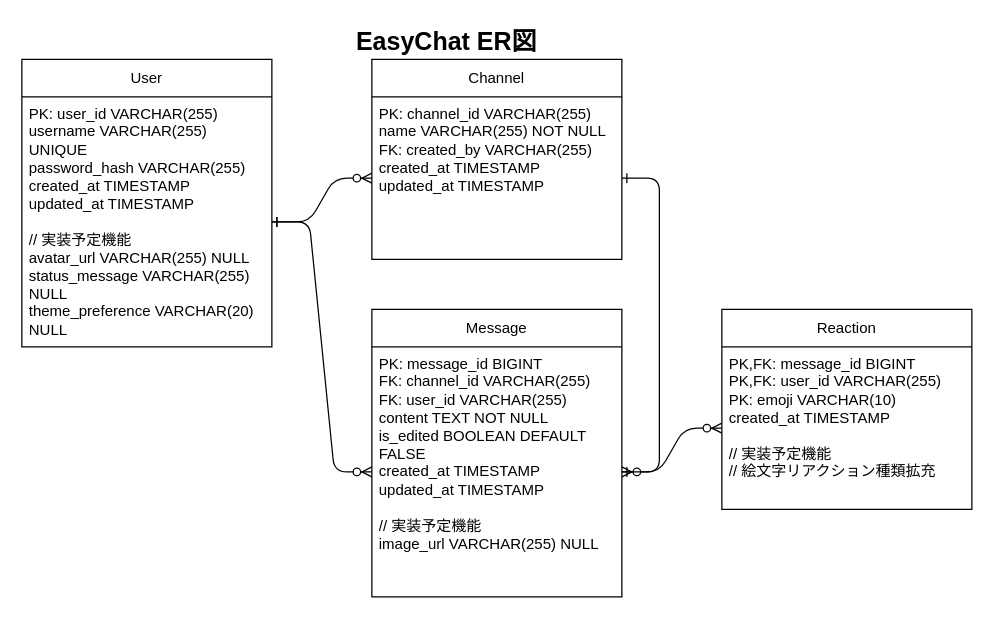
EDEN0412/EasyChat keeps this draw.io diagram as ER-diagram.drawio. Above is the earlier version. Source tidied: cells renumbered, new cells numbered last; positions are measured from the earlier drawing's top-left corner, leaving out a move shared by most shapes. Both pictures are drawn from the tidied source at 125%, with x=0, y=0 at pixel (21, 21).
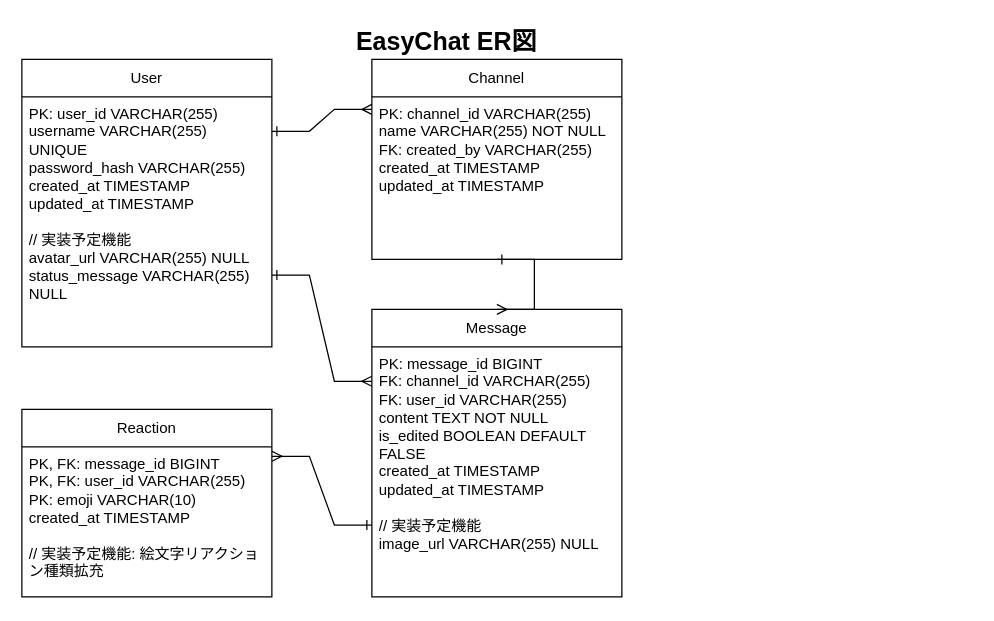
After the change.

Diff of the diagram source:
```diff
@@
 <mxGraphModel>
   <root>
     <mxCell id="0" />
     <mxCell id="1" parent="0" />
     <mxCell id="2" value="User" style="swimlane;fontStyle=0;horizontal=1;startSize=30;whiteSpace=wrap;html=1;" parent="1" vertex="1">
       <mxGeometry y="30" width="200" height="230" as="geometry" />
     </mxCell>
-    <mxCell id="3" value="PK: user_id VARCHAR(255)&#10;username VARCHAR(255) UNIQUE&#10;password_hash VARCHAR(255)&#10;created_at TIMESTAMP&#10;updated_at TIMESTAMP&#10;&#10;// 実装予定機能&#10;avatar_url VARCHAR(255) NULL&#10;status_message VARCHAR(255) NULL&#10;theme_preference VARCHAR(20) NULL" style="text;strokeColor=none;fillColor=none;align=left;verticalAlign=top;spacingLeft=4;spacingRight=4;overflow=hidden;points=[[0,0.5],[1,0.5]];portConstraint=eastwest;whiteSpace=wrap;html=1;" parent="2" vertex="1">
+    <mxCell id="3" value="PK: user_id VARCHAR(255)&#10;username VARCHAR(255) UNIQUE&#10;password_hash VARCHAR(255)&#10;created_at TIMESTAMP&#10;updated_at TIMESTAMP&#10;&#10;// 実装予定機能&#10;avatar_url VARCHAR(255) NULL&#10;status_message VARCHAR(255) NULL" style="text;strokeColor=none;fillColor=none;align=left;verticalAlign=top;spacingLeft=4;spacingRight=4;overflow=hidden;points=[[0,0.5],[1,0.5]];portConstraint=eastwest;whiteSpace=wrap;html=1;" parent="2" vertex="1">
       <mxGeometry y="30" width="200" height="200" as="geometry" />
     </mxCell>
     <mxCell id="4" value="Channel" style="swimlane;fontStyle=0;horizontal=1;startSize=30;whiteSpace=wrap;html=1;" parent="1" vertex="1">
       <mxGeometry x="280" y="30" width="200" height="160" as="geometry" />
     </mxCell>
     <mxCell id="5" value="PK: channel_id VARCHAR(255)&#10;name VARCHAR(255) NOT NULL&#10;FK: created_by VARCHAR(255)&#10;created_at TIMESTAMP&#10;updated_at TIMESTAMP" style="text;strokeColor=none;fillColor=none;align=left;verticalAlign=top;spacingLeft=4;spacingRight=4;overflow=hidden;points=[[0,0.5],[1,0.5]];portConstraint=eastwest;whiteSpace=wrap;html=1;" parent="4" vertex="1">
       <mxGeometry y="30" width="200" height="130" as="geometry" />
     </mxCell>
     <mxCell id="6" value="Message" style="swimlane;fontStyle=0;horizontal=1;startSize=30;whiteSpace=wrap;html=1;" parent="1" vertex="1">
       <mxGeometry x="280" y="230" width="200" height="230" as="geometry" />
     </mxCell>
     <mxCell id="7" value="PK: message_id BIGINT&#10;FK: channel_id VARCHAR(255)&#10;FK: user_id VARCHAR(255)&#10;content TEXT NOT NULL&#10;is_edited BOOLEAN DEFAULT FALSE&#10;created_at TIMESTAMP&#10;updated_at TIMESTAMP&#10;&#10;// 実装予定機能&#10;image_url VARCHAR(255) NULL" style="text;strokeColor=none;fillColor=none;align=left;verticalAlign=top;spacingLeft=4;spacingRight=4;overflow=hidden;points=[[0,0.5],[1,0.5]];portConstraint=eastwest;whiteSpace=wrap;html=1;" parent="6" vertex="1">
       <mxGeometry y="30" width="200" height="200" as="geometry" />
     </mxCell>
     <mxCell id="8" value="Reaction" style="swimlane;fontStyle=0;horizontal=1;startSize=30;whiteSpace=wrap;html=1;" parent="1" vertex="1">
-      <mxGeometry x="560" y="230" width="200" height="160" as="geometry" />
+      <mxGeometry y="310" width="200" height="150" as="geometry" />
     </mxCell>
-    <mxCell id="9" value="PK,FK: message_id BIGINT&#10;PK,FK: user_id VARCHAR(255)&#10;PK: emoji VARCHAR(10)&#10;created_at TIMESTAMP&#10;&#10;// 実装予定機能&#10;// 絵文字リアクション種類拡充" style="text;strokeColor=none;fillColor=none;align=left;verticalAlign=top;spacingLeft=4;spacingRight=4;overflow=hidden;points=[[0,0.5],[1,0.5]];portConstraint=eastwest;whiteSpace=wrap;html=1;" parent="8" vertex="1">
-      <mxGeometry y="30" width="200" height="130" as="geometry" />
+    <mxCell id="9" value="PK, FK: message_id BIGINT&#10;PK, FK: user_id VARCHAR(255)&#10;PK: emoji VARCHAR(10)&#10;created_at TIMESTAMP&#10;&#10;// 実装予定機能: 絵文字リアクション種類拡充" style="text;strokeColor=none;fillColor=none;align=left;verticalAlign=top;spacingLeft=4;spacingRight=4;overflow=hidden;points=[[0,0.5],[1,0.5]];portConstraint=eastwest;whiteSpace=wrap;html=1;" parent="8" vertex="1">
+      <mxGeometry y="30" width="200" height="120" as="geometry" />
     </mxCell>
-    <mxCell id="10" style="edgeStyle=entityRelationEdgeStyle;fontSize=12;html=1;endArrow=ERzeroToMany;endFill=1;startArrow=ERone;startFill=0;" parent="1" edge="1" source="3" target="5">
+    <mxCell id="10" style="edgeStyle=entityRelationEdgeStyle;fontSize=12;html=1;endArrow=ERmany;startArrow=ERone;rounded=0;exitX=1;exitY=0.25;exitDx=0;exitDy=0;entryX=0;entryY=0.25;entryDx=0;entryDy=0;startFill=0;" parent="1" edge="1" source="2" target="4">
       <mxGeometry relative="1" as="geometry" />
     </mxCell>
-    <mxCell id="11" style="edgeStyle=entityRelationEdgeStyle;fontSize=12;html=1;endArrow=ERzeroToMany;endFill=1;startArrow=ERone;startFill=0;" parent="1" edge="1" source="5" target="7">
+    <mxCell id="11" style="edgeStyle=entityRelationEdgeStyle;fontSize=12;html=1;endArrow=ERmany;startArrow=ERone;rounded=0;exitX=0.5;exitY=1;exitDx=0;exitDy=0;entryX=0.5;entryY=0;entryDx=0;entryDy=0;startFill=0;" parent="1" edge="1" source="4" target="6">
       <mxGeometry relative="1" as="geometry" />
     </mxCell>
-    <mxCell id="12" style="edgeStyle=entityRelationEdgeStyle;fontSize=12;html=1;endArrow=ERzeroToMany;endFill=1;startArrow=ERone;startFill=0;" parent="1" edge="1" source="3" target="7">
+    <mxCell id="12" style="edgeStyle=entityRelationEdgeStyle;fontSize=12;html=1;endArrow=ERmany;startArrow=ERone;rounded=0;exitX=1;exitY=0.75;exitDx=0;exitDy=0;entryX=0;entryY=0.25;entryDx=0;entryDy=0;startFill=0;" parent="1" edge="1" source="2" target="6">
       <mxGeometry relative="1" as="geometry" />
     </mxCell>
-    <mxCell id="13" style="edgeStyle=entityRelationEdgeStyle;fontSize=12;html=1;endArrow=ERzeroToMany;endFill=1;startArrow=ERone;startFill=0;" parent="1" edge="1" source="7" target="9">
+    <mxCell id="13" style="edgeStyle=entityRelationEdgeStyle;fontSize=12;html=1;endArrow=ERmany;startArrow=ERone;rounded=0;exitX=0;exitY=0.75;exitDx=0;exitDy=0;entryX=1;entryY=0.25;entryDx=0;entryDy=0;startFill=0;" parent="1" edge="1" source="6" target="8">
       <mxGeometry relative="1" as="geometry" />
     </mxCell>
     <mxCell id="14" value="EasyChat ER図" style="text;html=1;strokeColor=none;fillColor=none;align=center;verticalAlign=middle;whiteSpace=wrap;rounded=0;fontSize=20;fontStyle=1;" parent="1" vertex="1">
       <mxGeometry x="175" width="330" height="30" as="geometry" />
     </mxCell>
   </root>
 </mxGraphModel>
```
